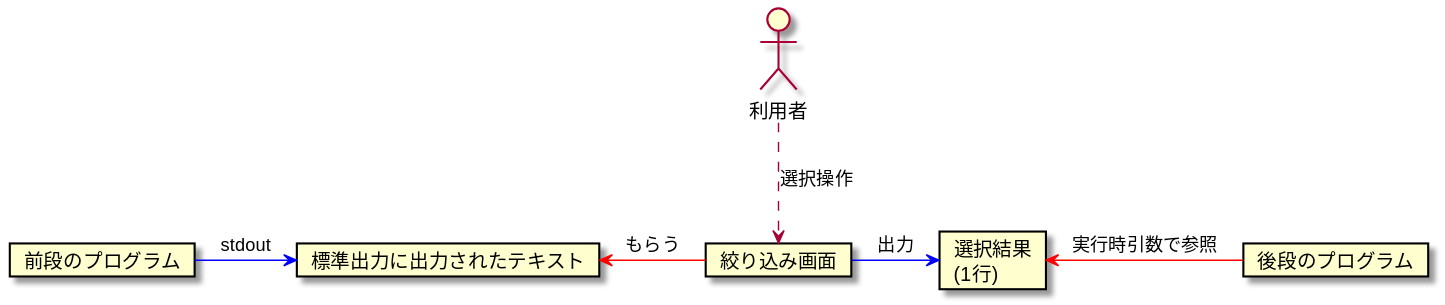
The PlantUML diagram image/filtercommand.svg in ampmmn/Soyokaze, before a commit. The source it was exported from:
```plantuml
@startuml{filtercommand.svg}

card "前段のプログラム" as precommand

card "標準出力に出力されたテキスト" as preout

actor "利用者" as user

card "絞り込み画面" as filter

card "選択結果\n(1行)" as filteredtext

card "後段のプログラム" as postcommand

precommand -ri-> preout #blue : stdout

preout <-ri- filter #red : もらう

user .do.> filter : 選択操作

filter -ri-> filteredtext #blue : 出力

filteredtext <-ri- postcommand #red : 実行時引数で参照

@enduml
```
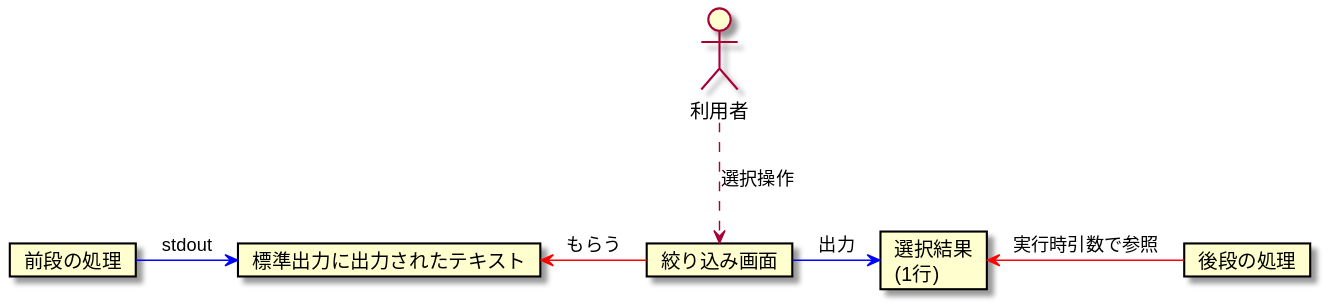
After the change.

What changed in the source:
```diff
@@ -1,6 +1,6 @@
 @startuml{filtercommand.svg}
 
-card "前段のプログラム" as precommand
+card "前段の処理" as precommand
 
 card "標準出力に出力されたテキスト" as preout
 
@@ -10,7 +10,7 @@
 
 card "選択結果\n(1行)" as filteredtext
 
-card "後段のプログラム" as postcommand
+card "後段の処理" as postcommand
 
 precommand -ri-> preout #blue : stdout
 
```
